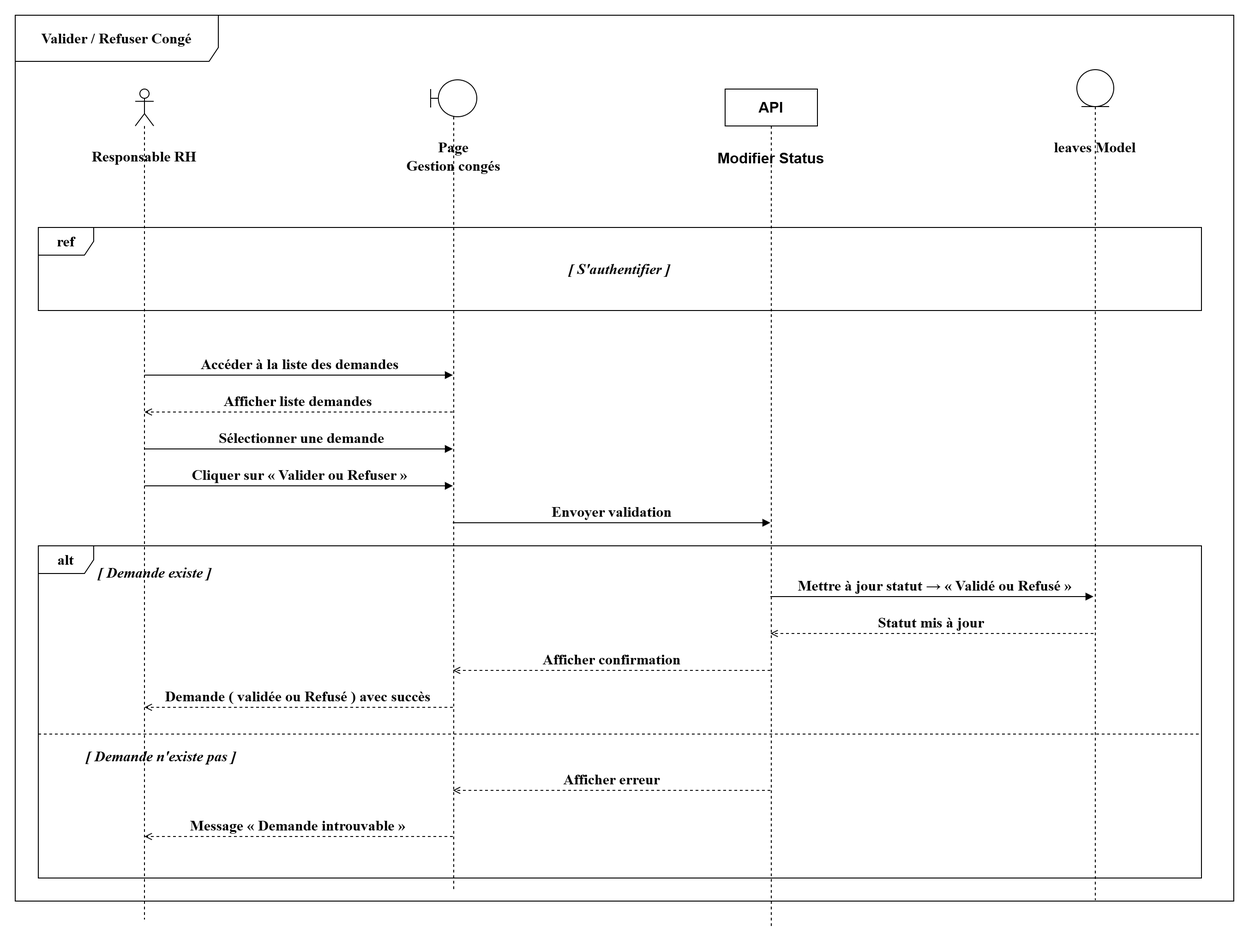
Above: projet/images/digf/ss3/gerer conger.drawio.png in louu7895/pfe (draw.io), before the change. Source tidied: cells renumbered, new cells last; positions are measured from the earlier drawing's top-left corner, leaving out a move shared by most shapes. Its diagram source:
```xml
<mxGraphModel>
  <root>
    <mxCell id="0" />
    <mxCell id="1" parent="0" />
    <mxCell id="2" style="shape=umlLifeline;perimeter=lifelinePerimeter;whiteSpace=wrap;html=1;newEdgeStyle={&quot;curved&quot;:0,&quot;rounded&quot;:0};participant=umlActor;fontSize=16;fontFamily=Times New Roman;fontStyle=1;" parent="1" vertex="1">
      <mxGeometry x="130" y="80" width="20" height="900" as="geometry" />
    </mxCell>
    <mxCell id="3" style="shape=umlLifeline;perimeter=lifelinePerimeter;whiteSpace=wrap;html=1;newEdgeStyle={&quot;curved&quot;:0,&quot;rounded&quot;:0};participant=umlBoundary;fontSize=16;fontFamily=Times New Roman;fontStyle=1;" parent="1" vertex="1">
      <mxGeometry x="450" y="70" width="50" height="880" as="geometry" />
    </mxCell>
    <mxCell id="4" style="shape=umlLifeline;perimeter=lifelinePerimeter;whiteSpace=wrap;html=1;newEdgeStyle={&quot;curved&quot;:0,&quot;rounded&quot;:0};participant=umlEntity;fontSize=16;fontFamily=Times New Roman;fontStyle=1;" parent="1" vertex="1">
      <mxGeometry x="1150" y="59" width="40" height="900" as="geometry" />
    </mxCell>
    <mxCell id="5" value="Responsable RH" style="text;html=1;whiteSpace=wrap;strokeColor=none;fillColor=none;align=center;verticalAlign=middle;rounded=0;fontSize=16;fontStyle=1;fontFamily=Times New Roman;" parent="1" vertex="1">
      <mxGeometry x="60" y="140" width="160" height="25" as="geometry" />
    </mxCell>
    <mxCell id="6" value="Page&lt;div&gt;Gestion congés&lt;/div&gt;" style="text;html=1;whiteSpace=wrap;strokeColor=none;fillColor=none;align=center;verticalAlign=middle;rounded=0;fontSize=16;fontStyle=1;fontFamily=Times New Roman;" parent="1" vertex="1">
      <mxGeometry x="375" y="140" width="200" height="25" as="geometry" />
    </mxCell>
    <mxCell id="7" value="leaves Model" style="text;html=1;whiteSpace=wrap;strokeColor=none;fillColor=none;align=center;verticalAlign=middle;rounded=0;fontSize=16;fontStyle=1;fontFamily=Times New Roman;" parent="1" vertex="1">
      <mxGeometry x="1105" y="130" width="130" height="25" as="geometry" />
    </mxCell>
    <mxCell id="8" value="Valider / Refuser Congé" style="shape=umlFrame;whiteSpace=wrap;html=1;fontSize=16;fontFamily=Times New Roman;width=220;height=50;fontStyle=1;" parent="1" vertex="1">
      <mxGeometry width="1320" height="960" as="geometry" />
    </mxCell>
    <mxCell id="9" value="ref" style="shape=umlFrame;whiteSpace=wrap;html=1;fontSize=16;fontFamily=Times New Roman;fontStyle=1;" parent="1" vertex="1">
      <mxGeometry x="25" y="230" width="1260" height="90" as="geometry" />
    </mxCell>
    <mxCell id="10" value="[ S'authentifier ]" style="text;html=1;whiteSpace=wrap;strokeColor=none;fillColor=none;align=center;verticalAlign=middle;rounded=0;fontSize=16;fontStyle=3;fontFamily=Times New Roman;" parent="1" vertex="1">
      <mxGeometry x="555" y="260" width="200" height="30" as="geometry" />
    </mxCell>
    <mxCell id="11" value="Accéder à la liste des demandes" style="html=1;verticalAlign=bottom;endArrow=block;endFill=1;curved=0;rounded=0;fontSize=16;fontFamily=Times New Roman;fontStyle=1;" parent="1" edge="1">
      <mxGeometry relative="1" as="geometry">
        <mxPoint x="140" y="390" as="sourcePoint" />
        <mxPoint x="474" y="390" as="targetPoint" />
      </mxGeometry>
    </mxCell>
    <mxCell id="12" value="Afficher liste demandes" style="html=1;verticalAlign=bottom;endArrow=open;endFill=0;curved=0;rounded=0;dashed=1;fontSize=16;fontFamily=Times New Roman;fontStyle=1;" parent="1" edge="1">
      <mxGeometry relative="1" as="geometry">
        <mxPoint x="474" y="430" as="sourcePoint" />
        <mxPoint x="140" y="430" as="targetPoint" />
      </mxGeometry>
    </mxCell>
    <mxCell id="13" value="&amp;nbsp;Sélectionner une demande" style="html=1;verticalAlign=bottom;endArrow=block;endFill=1;curved=0;rounded=0;fontSize=16;fontFamily=Times New Roman;fontStyle=1;" parent="1" edge="1">
      <mxGeometry relative="1" as="geometry">
        <mxPoint x="140" y="470" as="sourcePoint" />
        <mxPoint x="474" y="470" as="targetPoint" />
      </mxGeometry>
    </mxCell>
    <mxCell id="14" value="Cliquer sur « Valider ou Refuser »" style="html=1;verticalAlign=bottom;endArrow=block;endFill=1;curved=0;rounded=0;fontSize=16;fontFamily=Times New Roman;fontStyle=1;" parent="1" edge="1">
      <mxGeometry relative="1" as="geometry">
        <mxPoint x="140" y="510" as="sourcePoint" />
        <mxPoint x="474" y="510" as="targetPoint" />
      </mxGeometry>
    </mxCell>
    <mxCell id="15" value="Envoyer validation" style="html=1;verticalAlign=bottom;endArrow=block;endFill=1;curved=0;rounded=0;fontSize=16;fontFamily=Times New Roman;fontStyle=1;" parent="1" edge="1">
      <mxGeometry relative="1" as="geometry">
        <mxPoint x="474" y="550" as="sourcePoint" />
        <mxPoint x="818" y="550" as="targetPoint" />
      </mxGeometry>
    </mxCell>
    <mxCell id="16" value="alt" style="shape=umlFrame;whiteSpace=wrap;html=1;fontSize=16;fontFamily=Times New Roman;fontStyle=1;" parent="1" vertex="1">
      <mxGeometry x="25" y="575" width="1260" height="360" as="geometry" />
    </mxCell>
    <mxCell id="17" value="[ Demande existe ]" style="text;html=1;whiteSpace=wrap;strokeColor=none;fillColor=none;align=left;verticalAlign=middle;rounded=0;fontSize=16;fontStyle=3;fontFamily=Times New Roman;" parent="1" vertex="1">
      <mxGeometry x="88" y="591" width="200" height="25" as="geometry" />
    </mxCell>
    <mxCell id="18" value="&amp;nbsp;Mettre à jour statut → « Validé ou Refusé »" style="html=1;verticalAlign=bottom;endArrow=block;endFill=1;curved=0;rounded=0;fontSize=16;fontFamily=Times New Roman;fontStyle=1;" parent="1" edge="1">
      <mxGeometry relative="1" as="geometry">
        <mxPoint x="818" y="630" as="sourcePoint" />
        <mxPoint x="1168" y="630" as="targetPoint" />
      </mxGeometry>
    </mxCell>
    <mxCell id="19" value="Statut mis à jour" style="html=1;verticalAlign=bottom;endArrow=open;endFill=0;curved=0;rounded=0;dashed=1;fontSize=16;fontFamily=Times New Roman;fontStyle=1;" parent="1" edge="1">
      <mxGeometry relative="1" as="geometry">
        <mxPoint x="1168" y="670" as="sourcePoint" />
        <mxPoint x="818" y="670" as="targetPoint" />
      </mxGeometry>
    </mxCell>
    <mxCell id="20" value="Afficher confirmation" style="html=1;verticalAlign=bottom;endArrow=open;endFill=0;curved=0;rounded=0;dashed=1;fontSize=16;fontFamily=Times New Roman;fontStyle=1;" parent="1" edge="1">
      <mxGeometry relative="1" as="geometry">
        <mxPoint x="818" y="710" as="sourcePoint" />
        <mxPoint x="474" y="710" as="targetPoint" />
      </mxGeometry>
    </mxCell>
    <mxCell id="21" value="Demande ( validée ou Refusé ) avec succès" style="html=1;verticalAlign=bottom;endArrow=open;endFill=0;curved=0;rounded=0;dashed=1;fontSize=16;fontFamily=Times New Roman;fontStyle=1;" parent="1" edge="1">
      <mxGeometry relative="1" as="geometry">
        <mxPoint x="474" y="750" as="sourcePoint" />
        <mxPoint x="140" y="750" as="targetPoint" />
      </mxGeometry>
    </mxCell>
    <mxCell id="22" style="line;strokeWidth=1;fillColor=none;align=left;verticalAlign=middle;spacingTop=-1;spacingLeft=3;spacingRight=3;labelPosition=right;strokeColor=inherit;dashed=1;fontSize=16;fontFamily=Times New Roman;fontStyle=1;" parent="1" vertex="1">
      <mxGeometry x="25" y="775" width="1260" height="8" as="geometry" />
    </mxCell>
    <mxCell id="23" value="[ Demande n'existe pas ]" style="text;html=1;whiteSpace=wrap;strokeColor=none;fillColor=none;align=left;verticalAlign=middle;rounded=0;fontSize=16;fontStyle=3;fontFamily=Times New Roman;" parent="1" vertex="1">
      <mxGeometry x="75" y="790" width="240" height="25" as="geometry" />
    </mxCell>
    <mxCell id="24" value="Afficher erreur" style="html=1;verticalAlign=bottom;endArrow=open;endFill=0;curved=0;rounded=0;dashed=1;fontSize=16;fontFamily=Times New Roman;fontStyle=1;" parent="1" edge="1">
      <mxGeometry relative="1" as="geometry">
        <mxPoint x="818" y="840" as="sourcePoint" />
        <mxPoint x="474" y="840" as="targetPoint" />
      </mxGeometry>
    </mxCell>
    <mxCell id="25" value="Message « Demande introuvable »" style="html=1;verticalAlign=bottom;endArrow=open;endFill=0;curved=0;rounded=0;dashed=1;fontSize=16;fontFamily=Times New Roman;fontStyle=1;" parent="1" edge="1">
      <mxGeometry relative="1" as="geometry">
        <mxPoint x="474" y="890" as="sourcePoint" />
        <mxPoint x="140" y="890" as="targetPoint" />
      </mxGeometry>
    </mxCell>
    <mxCell id="26" value="API" style="shape=umlLifeline;perimeter=lifelinePerimeter;whiteSpace=wrap;html=1;newEdgeStyle={&quot;curved&quot;:0,&quot;rounded&quot;:0};fontStyle=1;fontSize=16;" parent="1" vertex="1">
      <mxGeometry x="769" y="80" width="100" height="910" as="geometry" />
    </mxCell>
    <mxCell id="27" value="Modifier Status" style="text;html=1;whiteSpace=wrap;strokeColor=none;fillColor=none;align=center;verticalAlign=middle;rounded=0;fontStyle=1;fontSize=16;" parent="1" vertex="1">
      <mxGeometry x="749" y="140" width="140" height="30" as="geometry" />
    </mxCell>
  </root>
</mxGraphModel>
```
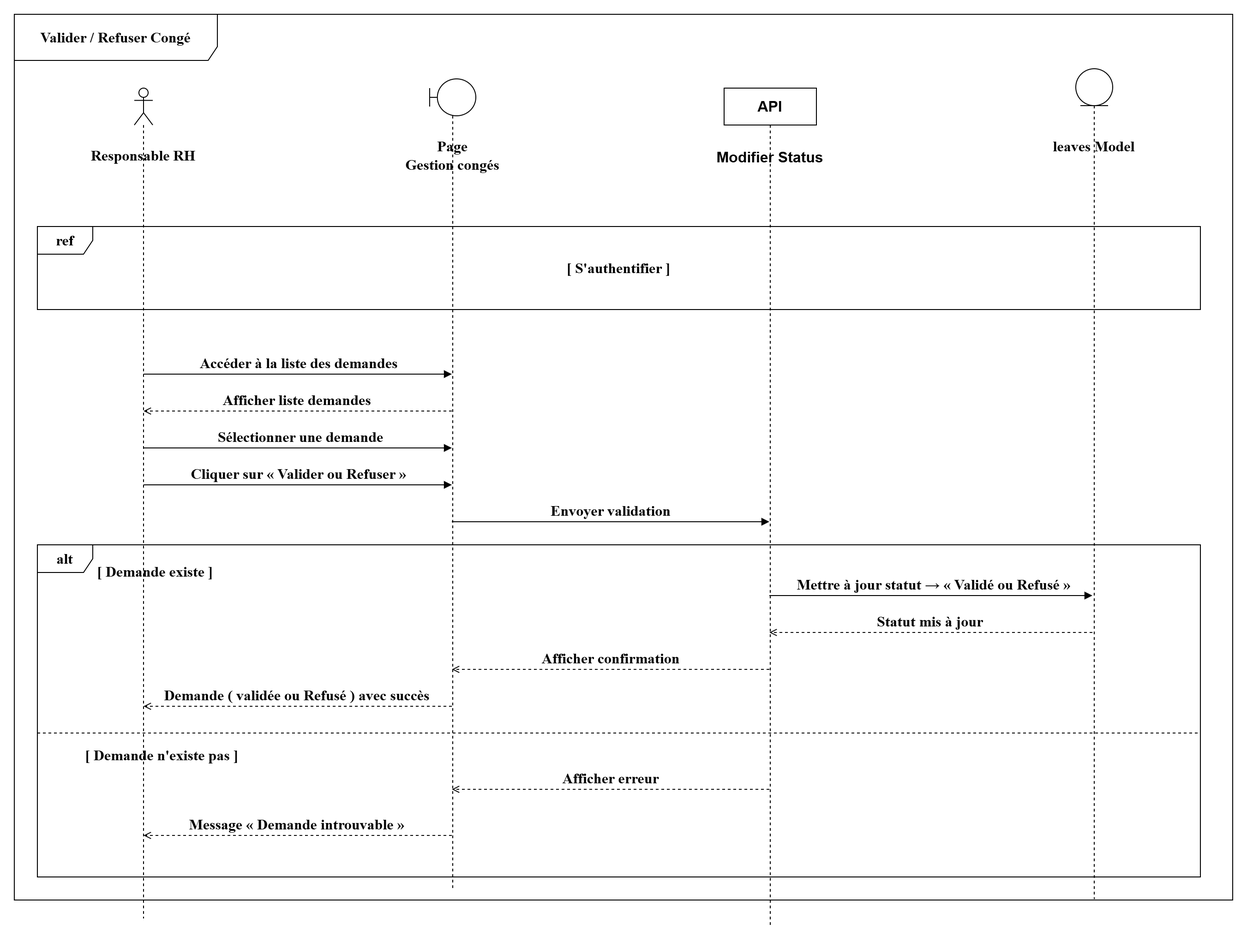
After the change.

Diff of the diagram source:
```diff
@@ -26,7 +26,7 @@
     <mxCell id="9" value="ref" style="shape=umlFrame;whiteSpace=wrap;html=1;fontSize=16;fontFamily=Times New Roman;fontStyle=1;" parent="1" vertex="1">
       <mxGeometry x="25" y="230" width="1260" height="90" as="geometry" />
     </mxCell>
-    <mxCell id="10" value="[ S'authentifier ]" style="text;html=1;whiteSpace=wrap;strokeColor=none;fillColor=none;align=center;verticalAlign=middle;rounded=0;fontSize=16;fontStyle=3;fontFamily=Times New Roman;" parent="1" vertex="1">
+    <mxCell id="10" value="[ S'authentifier ]" style="text;html=1;whiteSpace=wrap;strokeColor=none;fillColor=none;align=center;verticalAlign=middle;rounded=0;fontSize=16;fontStyle=1;fontFamily=Times New Roman;" parent="1" vertex="1">
       <mxGeometry x="555" y="260" width="200" height="30" as="geometry" />
     </mxCell>
     <mxCell id="11" value="Accéder à la liste des demandes" style="html=1;verticalAlign=bottom;endArrow=block;endFill=1;curved=0;rounded=0;fontSize=16;fontFamily=Times New Roman;fontStyle=1;" parent="1" edge="1">
@@ -62,7 +62,7 @@
     <mxCell id="16" value="alt" style="shape=umlFrame;whiteSpace=wrap;html=1;fontSize=16;fontFamily=Times New Roman;fontStyle=1;" parent="1" vertex="1">
       <mxGeometry x="25" y="575" width="1260" height="360" as="geometry" />
     </mxCell>
-    <mxCell id="17" value="[ Demande existe ]" style="text;html=1;whiteSpace=wrap;strokeColor=none;fillColor=none;align=left;verticalAlign=middle;rounded=0;fontSize=16;fontStyle=3;fontFamily=Times New Roman;" parent="1" vertex="1">
+    <mxCell id="17" value="[ Demande existe ]" style="text;html=1;whiteSpace=wrap;strokeColor=none;fillColor=none;align=left;verticalAlign=middle;rounded=0;fontSize=16;fontStyle=1;fontFamily=Times New Roman;" parent="1" vertex="1">
       <mxGeometry x="88" y="591" width="200" height="25" as="geometry" />
     </mxCell>
     <mxCell id="18" value="&amp;nbsp;Mettre à jour statut → « Validé ou Refusé »" style="html=1;verticalAlign=bottom;endArrow=block;endFill=1;curved=0;rounded=0;fontSize=16;fontFamily=Times New Roman;fontStyle=1;" parent="1" edge="1">
@@ -92,7 +92,7 @@
     <mxCell id="22" style="line;strokeWidth=1;fillColor=none;align=left;verticalAlign=middle;spacingTop=-1;spacingLeft=3;spacingRight=3;labelPosition=right;strokeColor=inherit;dashed=1;fontSize=16;fontFamily=Times New Roman;fontStyle=1;" parent="1" vertex="1">
       <mxGeometry x="25" y="775" width="1260" height="8" as="geometry" />
     </mxCell>
-    <mxCell id="23" value="[ Demande n'existe pas ]" style="text;html=1;whiteSpace=wrap;strokeColor=none;fillColor=none;align=left;verticalAlign=middle;rounded=0;fontSize=16;fontStyle=3;fontFamily=Times New Roman;" parent="1" vertex="1">
+    <mxCell id="23" value="[ Demande n'existe pas ]" style="text;html=1;whiteSpace=wrap;strokeColor=none;fillColor=none;align=left;verticalAlign=middle;rounded=0;fontSize=16;fontStyle=1;fontFamily=Times New Roman;" parent="1" vertex="1">
       <mxGeometry x="75" y="790" width="240" height="25" as="geometry" />
     </mxCell>
     <mxCell id="24" value="Afficher erreur" style="html=1;verticalAlign=bottom;endArrow=open;endFill=0;curved=0;rounded=0;dashed=1;fontSize=16;fontFamily=Times New Roman;fontStyle=1;" parent="1" edge="1">
```
